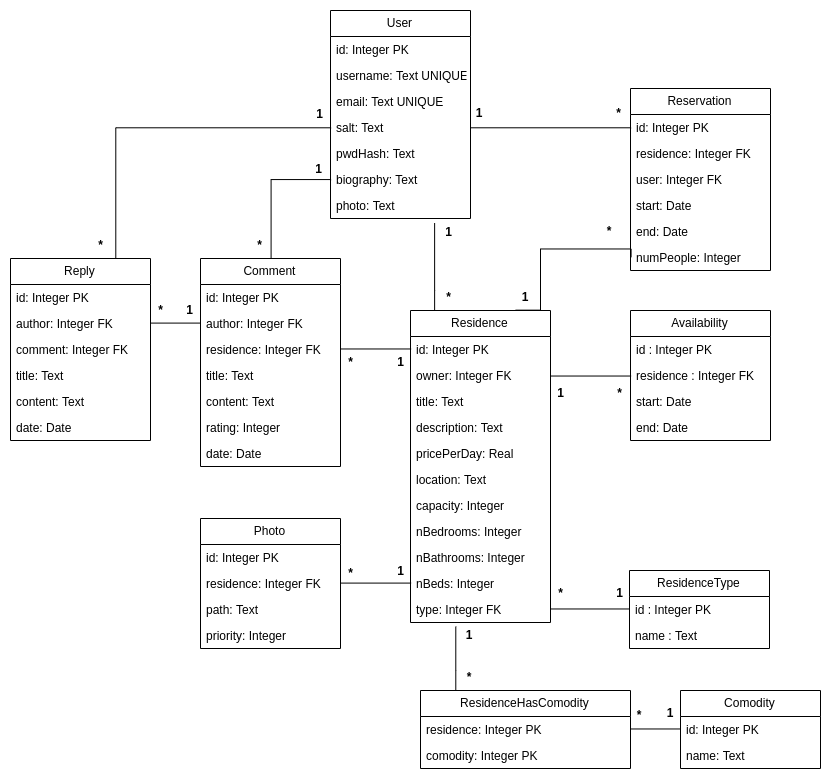
Before: docs/Paguri_db.png, a diagram exported from draw.io (daviddias99/paguri-feup-ltw). Source tidied: cells renumbered, new cells last; positions are measured from the earlier drawing's top-left corner, leaving out a move shared by most shapes.
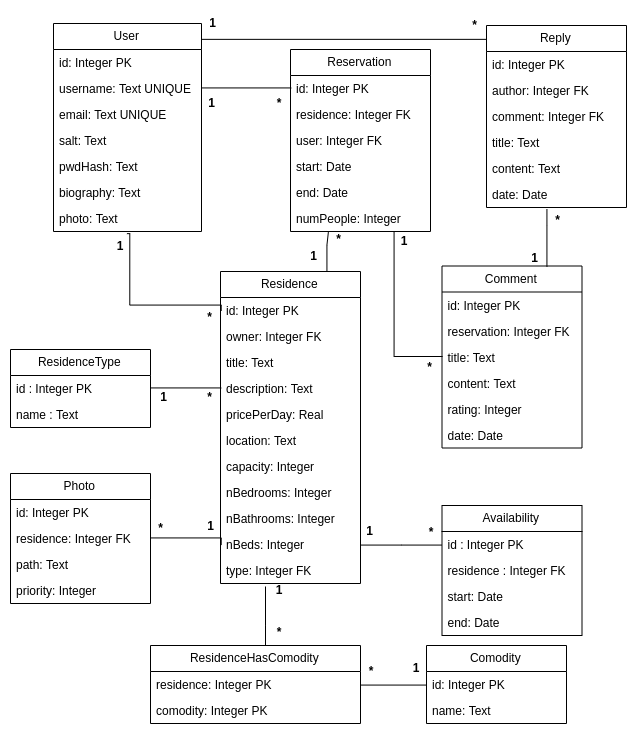
After the change.

Commit message:
Changed DB design to only allow comments from users with a reservation

The edit, as a diff of the source:
```diff
@@ -4,28 +4,31 @@
     <mxCell id="1" parent="0" />
+    <mxCell id="99" style="edgeStyle=orthogonalEdgeStyle;rounded=0;jettySize=auto;html=1;entryX=0;entryY=0.078;entryDx=0;entryDy=0;entryPerimeter=0;endArrow=none;endFill=0;exitX=1.002;exitY=0.077;exitDx=0;exitDy=0;exitPerimeter=0;" parent="1" edge="1" source="2" target="78">
+      <mxGeometry relative="1" as="geometry" />
+    </mxCell>
     <mxCell id="2" value="User" style="swimlane;fontStyle=0;horizontal=1;startSize=26;fillColor=none;" parent="1" vertex="1">
-      <mxGeometry x="320" width="140" height="208" as="geometry" />
+      <mxGeometry x="150" y="58" width="148" height="208" as="geometry" />
     </mxCell>
     <mxCell id="3" value="id: Integer PK" style="text;strokeColor=none;fillColor=none;align=left;verticalAlign=top;spacingLeft=4;spacingRight=4;overflow=hidden;" parent="2" vertex="1">
-      <mxGeometry y="26" width="140" height="26" as="geometry" />
+      <mxGeometry y="26" width="148" height="26" as="geometry" />
     </mxCell>
     <mxCell id="4" value="username: Text UNIQUE" style="text;strokeColor=none;fillColor=none;align=left;verticalAlign=top;spacingLeft=4;spacingRight=4;overflow=hidden;points=[[0,0.5],[1,0.5]];portConstraint=eastwest;" parent="2" vertex="1">
-      <mxGeometry y="52" width="140" height="26" as="geometry" />
+      <mxGeometry y="52" width="148" height="26" as="geometry" />
     </mxCell>
     <mxCell id="5" value="email: Text UNIQUE" style="text;strokeColor=none;fillColor=none;align=left;verticalAlign=top;spacingLeft=4;spacingRight=4;overflow=hidden;" parent="2" vertex="1">
-      <mxGeometry y="78" width="140" height="26" as="geometry" />
+      <mxGeometry y="78" width="148" height="26" as="geometry" />
     </mxCell>
     <mxCell id="6" value="salt: Text" style="text;strokeColor=none;fillColor=none;align=left;verticalAlign=top;spacingLeft=4;spacingRight=4;overflow=hidden;points=[[0,0.5],[1,0.5]];portConstraint=eastwest;" parent="2" vertex="1">
-      <mxGeometry y="104" width="140" height="26" as="geometry" />
+      <mxGeometry y="104" width="148" height="26" as="geometry" />
     </mxCell>
     <mxCell id="7" value="pwdHash: Text" style="text;strokeColor=none;fillColor=none;align=left;verticalAlign=top;spacingLeft=4;spacingRight=4;overflow=hidden;" parent="2" vertex="1">
-      <mxGeometry y="130" width="140" height="26" as="geometry" />
+      <mxGeometry y="130" width="148" height="26" as="geometry" />
     </mxCell>
     <mxCell id="8" value="biography: Text" style="text;strokeColor=none;fillColor=none;align=left;verticalAlign=top;spacingLeft=4;spacingRight=4;overflow=hidden;points=[[0,0.5],[1,0.5]];portConstraint=eastwest;" parent="2" vertex="1">
-      <mxGeometry y="156" width="140" height="26" as="geometry" />
+      <mxGeometry y="156" width="148" height="26" as="geometry" />
     </mxCell>
     <mxCell id="9" value="photo: Text" style="text;strokeColor=none;fillColor=none;align=left;verticalAlign=top;spacingLeft=4;spacingRight=4;overflow=hidden;points=[[0,0.5],[1,0.5]];portConstraint=eastwest;" parent="2" vertex="1">
-      <mxGeometry y="182" width="140" height="26" as="geometry" />
+      <mxGeometry y="182" width="148" height="26" as="geometry" />
     </mxCell>
     <mxCell id="10" value="Reservation" style="swimlane;fontStyle=0;horizontal=1;startSize=26;fillColor=none;" parent="1" vertex="1">
-      <mxGeometry x="620" y="78" width="140" height="182" as="geometry" />
+      <mxGeometry x="387" y="84" width="140" height="182" as="geometry" />
     </mxCell>
@@ -49,7 +52,6 @@
     </mxCell>
-    <mxCell id="17" style="edgeStyle=orthogonalEdgeStyle;rounded=0;jettySize=auto;html=1;entryX=0.743;entryY=1.156;entryDx=0;entryDy=0;entryPerimeter=0;endArrow=none;endFill=0;" parent="1" edge="1" source="18" target="9">
+    <mxCell id="17" style="edgeStyle=orthogonalEdgeStyle;rounded=0;jettySize=auto;html=1;entryX=0.496;entryY=1.077;entryDx=0;entryDy=0;entryPerimeter=0;endArrow=none;endFill=0;exitX=0;exitY=0.5;exitDx=0;exitDy=0;" parent="1" edge="1" source="19" target="9">
       <mxGeometry relative="1" as="geometry">
         <Array as="points">
-          <mxPoint x="424" y="280" />
-          <mxPoint x="424" y="280" />
+          <mxPoint x="227" y="339" />
         </Array>
@@ -57,4 +59,12 @@
     </mxCell>
+    <mxCell id="100" style="edgeStyle=orthogonalEdgeStyle;rounded=0;jettySize=auto;html=1;entryX=0.266;entryY=1.011;entryDx=0;entryDy=0;entryPerimeter=0;endArrow=none;endFill=0;" parent="1" edge="1" source="18" target="16">
+      <mxGeometry relative="1" as="geometry">
+        <Array as="points">
+          <mxPoint x="424" y="280" />
+          <mxPoint x="424" y="280" />
+        </Array>
+      </mxGeometry>
+    </mxCell>
     <mxCell id="18" value="Residence" style="swimlane;fontStyle=0;horizontal=1;startSize=26;fillColor=none;" parent="1" vertex="1">
-      <mxGeometry x="400" y="300" width="140" height="312" as="geometry" />
+      <mxGeometry x="317" y="306" width="140" height="312" as="geometry" />
     </mxCell>
@@ -94,3 +104,3 @@
     <mxCell id="30" value="Availability" style="swimlane;fontStyle=0;horizontal=1;startSize=26;fillColor=none;" parent="1" vertex="1">
-      <mxGeometry x="620" y="300" width="140" height="130" as="geometry" />
+      <mxGeometry x="538.5" y="540" width="140" height="130" as="geometry" />
     </mxCell>
@@ -108,7 +118,12 @@
     </mxCell>
-    <mxCell id="35" style="edgeStyle=orthogonalEdgeStyle;rounded=0;jettySize=auto;html=1;entryX=0;entryY=0.5;entryDx=0;entryDy=0;endArrow=none;endFill=0;" parent="1" edge="1" source="36" target="8">
-      <mxGeometry relative="1" as="geometry" />
-    </mxCell>
+    <mxCell id="101" style="edgeStyle=orthogonalEdgeStyle;rounded=0;jettySize=auto;html=1;exitX=0.75;exitY=0;exitDx=0;exitDy=0;entryX=0.436;entryY=1.077;entryDx=0;entryDy=0;entryPerimeter=0;endArrow=none;endFill=0;" parent="1" edge="1" source="36" target="84">
+      <mxGeometry relative="1" as="geometry">
+        <Array as="points">
+          <mxPoint x="644" y="260" />
+          <mxPoint x="644" y="260" />
+        </Array>
+      </mxGeometry>
+    </mxCell>
     <mxCell id="36" value="Comment" style="swimlane;fontStyle=0;horizontal=1;startSize=26;fillColor=none;" parent="1" vertex="1">
-      <mxGeometry x="190" y="248" width="140" height="208" as="geometry" />
+      <mxGeometry x="538.5" y="300.5" width="140" height="182" as="geometry" />
     </mxCell>
@@ -117,19 +132,16 @@
     </mxCell>
-    <mxCell id="38" value="author: Integer FK" style="text;strokeColor=none;fillColor=none;align=left;verticalAlign=top;spacingLeft=4;spacingRight=4;overflow=hidden;points=[[0,0.5],[1,0.5]];portConstraint=eastwest;" parent="36" vertex="1">
+    <mxCell id="38" value="reservation: Integer FK" style="text;strokeColor=none;fillColor=none;align=left;verticalAlign=top;spacingLeft=4;spacingRight=4;overflow=hidden;points=[[0,0.5],[1,0.5]];portConstraint=eastwest;" parent="36" vertex="1">
       <mxGeometry y="52" width="140" height="26" as="geometry" />
     </mxCell>
-    <mxCell id="39" value="residence: Integer FK" style="text;strokeColor=none;fillColor=none;align=left;verticalAlign=top;spacingLeft=4;spacingRight=4;overflow=hidden;points=[[0,0.5],[1,0.5]];portConstraint=eastwest;" parent="36" vertex="1">
-      <mxGeometry y="78" width="140" height="26" as="geometry" />
-    </mxCell>
     <mxCell id="40" value="title: Text" style="text;strokeColor=none;fillColor=none;align=left;verticalAlign=top;spacingLeft=4;spacingRight=4;overflow=hidden;points=[[0,0.5],[1,0.5]];portConstraint=eastwest;" parent="36" vertex="1">
-      <mxGeometry y="104" width="140" height="26" as="geometry" />
+      <mxGeometry y="78" width="140" height="26" as="geometry" />
     </mxCell>
     <mxCell id="41" value="content: Text" style="text;strokeColor=none;fillColor=none;align=left;verticalAlign=top;spacingLeft=4;spacingRight=4;overflow=hidden;" parent="36" vertex="1">
-      <mxGeometry y="130" width="140" height="26" as="geometry" />
+      <mxGeometry y="104" width="140" height="26" as="geometry" />
     </mxCell>
     <mxCell id="42" value="rating: Integer" style="text;strokeColor=none;fillColor=none;align=left;verticalAlign=top;spacingLeft=4;spacingRight=4;overflow=hidden;" parent="36" vertex="1">
-      <mxGeometry y="156" width="140" height="26" as="geometry" />
+      <mxGeometry y="130" width="140" height="26" as="geometry" />
     </mxCell>
     <mxCell id="43" value="date: Date" style="text;strokeColor=none;fillColor=none;align=left;verticalAlign=top;spacingLeft=4;spacingRight=4;overflow=hidden;" parent="36" vertex="1">
-      <mxGeometry y="182" width="140" height="26" as="geometry" />
+      <mxGeometry y="156" width="140" height="26" as="geometry" />
     </mxCell>
@@ -138,4 +150,4 @@
         <Array as="points">
-          <mxPoint x="400" y="573" />
-          <mxPoint x="400" y="573" />
+          <mxPoint x="317" y="573" />
+          <mxPoint x="317" y="573" />
         </Array>
@@ -144,3 +156,3 @@
     <mxCell id="45" value="Photo" style="swimlane;fontStyle=0;horizontal=1;startSize=26;fillColor=none;" parent="1" vertex="1">
-      <mxGeometry x="190" y="508" width="140" height="130" as="geometry" />
+      <mxGeometry x="107" y="508" width="140" height="130" as="geometry" />
     </mxCell>
@@ -159,3 +171,3 @@
     <mxCell id="50" value="Comodity" style="swimlane;fontStyle=0;horizontal=1;startSize=26;fillColor=none;" parent="1" vertex="1">
-      <mxGeometry x="670" y="680" width="140" height="78" as="geometry" />
+      <mxGeometry x="523" y="680" width="140" height="78" as="geometry" />
     </mxCell>
@@ -170,4 +182,4 @@
         <Array as="points">
-          <mxPoint x="445" y="660" />
-          <mxPoint x="445" y="660" />
+          <mxPoint x="362" y="660" />
+          <mxPoint x="362" y="660" />
         </Array>
@@ -176,3 +188,3 @@
     <mxCell id="54" value="ResidenceHasComodity" style="swimlane;fontStyle=0;horizontal=1;startSize=26;fillColor=none;" parent="1" vertex="1">
-      <mxGeometry x="410" y="680" width="210" height="78" as="geometry" />
+      <mxGeometry x="247" y="680" width="210" height="78" as="geometry" />
     </mxCell>
@@ -184,16 +196,2 @@
     </mxCell>
-    <mxCell id="57" style="edgeStyle=orthogonalEdgeStyle;rounded=0;jettySize=auto;html=1;exitX=0;exitY=0.5;exitDx=0;exitDy=0;entryX=0.75;entryY=0;entryDx=0;entryDy=0;endArrow=none;endFill=0;" parent="1" edge="1" source="16" target="18">
-      <mxGeometry relative="1" as="geometry">
-        <Array as="points">
-          <mxPoint x="530" y="239" />
-          <mxPoint x="530" y="300" />
-        </Array>
-      </mxGeometry>
-    </mxCell>
-    <mxCell id="58" style="edgeStyle=orthogonalEdgeStyle;rounded=0;jettySize=auto;html=1;exitX=1;exitY=0.5;exitDx=0;exitDy=0;entryX=0;entryY=0.5;entryDx=0;entryDy=0;endArrow=none;endFill=0;" parent="1" edge="1" source="39" target="19">
-      <mxGeometry relative="1" as="geometry" />
-    </mxCell>
-    <mxCell id="59" style="edgeStyle=orthogonalEdgeStyle;rounded=0;jettySize=auto;html=1;exitX=0;exitY=0.5;exitDx=0;exitDy=0;entryX=1;entryY=0.5;entryDx=0;entryDy=0;endArrow=none;endFill=0;" parent="1" edge="1" source="32" target="20">
-      <mxGeometry relative="1" as="geometry" />
-    </mxCell>
     <mxCell id="60" style="edgeStyle=orthogonalEdgeStyle;rounded=0;jettySize=auto;html=1;exitX=1;exitY=0.5;exitDx=0;exitDy=0;entryX=0;entryY=0.5;entryDx=0;entryDy=0;endArrow=none;endFill=0;" parent="1" edge="1" source="55" target="51">
@@ -202,54 +200,36 @@
     <mxCell id="61" value="1" style="text;align=center;fontStyle=1;verticalAlign=middle;spacingLeft=3;spacingRight=3;strokeColor=none;" parent="1" vertex="1">
-      <mxGeometry x="449" y="612" width="20" height="26" as="geometry" />
+      <mxGeometry x="366" y="612" width="20" height="26" as="geometry" />
     </mxCell>
     <mxCell id="62" value="*" style="text;align=center;fontStyle=1;verticalAlign=middle;spacingLeft=3;spacingRight=3;strokeColor=none;" parent="1" vertex="1">
-      <mxGeometry x="449" y="654" width="20" height="26" as="geometry" />
+      <mxGeometry x="366" y="654" width="20" height="26" as="geometry" />
     </mxCell>
     <mxCell id="63" value="*" style="text;align=center;fontStyle=1;verticalAlign=middle;spacingLeft=3;spacingRight=3;strokeColor=none;" parent="1" vertex="1">
-      <mxGeometry x="619" y="692" width="20" height="26" as="geometry" />
+      <mxGeometry x="458" y="693" width="20" height="26" as="geometry" />
     </mxCell>
     <mxCell id="64" value="1" style="text;align=center;fontStyle=1;verticalAlign=middle;spacingLeft=3;spacingRight=3;strokeColor=none;" parent="1" vertex="1">
-      <mxGeometry x="650" y="690" width="20" height="26" as="geometry" />
+      <mxGeometry x="503" y="690" width="20" height="26" as="geometry" />
     </mxCell>
     <mxCell id="65" value="*" style="text;align=center;fontStyle=1;verticalAlign=middle;spacingLeft=3;spacingRight=3;strokeColor=none;" parent="1" vertex="1">
-      <mxGeometry x="330" y="550" width="21" height="26" as="geometry" />
+      <mxGeometry x="247" y="550" width="21" height="26" as="geometry" />
     </mxCell>
     <mxCell id="66" value="1" style="text;align=center;fontStyle=1;verticalAlign=middle;spacingLeft=3;spacingRight=3;strokeColor=none;" parent="1" vertex="1">
-      <mxGeometry x="380.5" y="548" width="20" height="26" as="geometry" />
+      <mxGeometry x="297.5" y="548" width="20" height="26" as="geometry" />
     </mxCell>
-    <mxCell id="67" value="*" style="text;align=center;fontStyle=1;verticalAlign=middle;spacingLeft=3;spacingRight=3;strokeColor=none;" parent="1" vertex="1">
-      <mxGeometry x="330" y="339" width="21" height="26" as="geometry" />
-    </mxCell>
-    <mxCell id="68" value="1" style="text;align=center;fontStyle=1;verticalAlign=middle;spacingLeft=3;spacingRight=3;strokeColor=none;" parent="1" vertex="1">
-      <mxGeometry x="380" y="339" width="21" height="26" as="geometry" />
-    </mxCell>
     <mxCell id="69" value="*" style="text;align=center;fontStyle=1;verticalAlign=middle;spacingLeft=3;spacingRight=3;strokeColor=none;" parent="1" vertex="1">
-      <mxGeometry x="599" y="370" width="21" height="26" as="geometry" />
+      <mxGeometry x="517.5" y="554" width="21" height="26" as="geometry" />
     </mxCell>
     <mxCell id="70" value="1" style="text;align=center;fontStyle=1;verticalAlign=middle;spacingLeft=3;spacingRight=3;strokeColor=none;" parent="1" vertex="1">
-      <mxGeometry x="540" y="370" width="21" height="26" as="geometry" />
+      <mxGeometry x="456" y="553" width="21" height="26" as="geometry" />
     </mxCell>
     <mxCell id="71" value="1" style="text;align=center;fontStyle=1;verticalAlign=middle;spacingLeft=3;spacingRight=3;strokeColor=none;" parent="1" vertex="1">
-      <mxGeometry x="504.5" y="274" width="21" height="26" as="geometry" />
+      <mxGeometry x="400" y="277.5" width="21" height="26" as="geometry" />
     </mxCell>
     <mxCell id="72" value="*" style="text;align=center;fontStyle=1;verticalAlign=middle;spacingLeft=3;spacingRight=3;strokeColor=none;" parent="1" vertex="1">
-      <mxGeometry x="588.5" y="208" width="21" height="26" as="geometry" />
+      <mxGeometry x="425" y="261" width="21" height="26" as="geometry" />
     </mxCell>
-    <mxCell id="73" value="*" style="text;align=center;fontStyle=1;verticalAlign=middle;spacingLeft=3;spacingRight=3;strokeColor=none;" parent="1" vertex="1">
-      <mxGeometry x="598" y="90" width="21" height="26" as="geometry" />
-    </mxCell>
     <mxCell id="74" value="1" style="text;align=center;fontStyle=1;verticalAlign=middle;spacingLeft=3;spacingRight=3;strokeColor=none;" parent="1" vertex="1">
-      <mxGeometry x="458.5" y="90" width="21" height="26" as="geometry" />
+      <mxGeometry x="298" y="125" width="21" height="26" as="geometry" />
     </mxCell>
-    <mxCell id="75" value="*" style="text;align=center;fontStyle=1;verticalAlign=middle;spacingLeft=3;spacingRight=3;strokeColor=none;" parent="1" vertex="1">
-      <mxGeometry x="239" y="222" width="21" height="26" as="geometry" />
-    </mxCell>
-    <mxCell id="76" value="1" style="text;align=center;fontStyle=1;verticalAlign=middle;spacingLeft=3;spacingRight=3;strokeColor=none;" parent="1" vertex="1">
-      <mxGeometry x="298" y="146" width="21" height="26" as="geometry" />
-    </mxCell>
-    <mxCell id="77" style="edgeStyle=orthogonalEdgeStyle;rounded=0;jettySize=auto;html=1;exitX=0.75;exitY=0;exitDx=0;exitDy=0;entryX=0;entryY=0.5;entryDx=0;entryDy=0;endArrow=none;endFill=0;" parent="1" edge="1" source="78" target="6">
-      <mxGeometry relative="1" as="geometry" />
-    </mxCell>
     <mxCell id="78" value="Reply" style="swimlane;fontStyle=0;horizontal=1;startSize=26;fillColor=none;" parent="1" vertex="1">
-      <mxGeometry y="248" width="140" height="182" as="geometry" />
+      <mxGeometry x="583" y="60" width="140" height="182" as="geometry" />
     </mxCell>
@@ -273,28 +253,10 @@
     </mxCell>
-    <mxCell id="85" style="edgeStyle=orthogonalEdgeStyle;rounded=0;jettySize=auto;html=1;exitX=1;exitY=0.5;exitDx=0;exitDy=0;entryX=0;entryY=0.5;entryDx=0;entryDy=0;endArrow=none;endFill=0;" parent="1" edge="1" source="80" target="38">
-      <mxGeometry relative="1" as="geometry" />
-    </mxCell>
     <mxCell id="86" value="*" style="text;align=center;fontStyle=1;verticalAlign=middle;spacingLeft=3;spacingRight=3;strokeColor=none;" parent="1" vertex="1">
-      <mxGeometry x="428" y="274" width="21" height="26" as="geometry" />
+      <mxGeometry x="296" y="339" width="21" height="26" as="geometry" />
     </mxCell>
     <mxCell id="87" value="1" style="text;align=center;fontStyle=1;verticalAlign=middle;spacingLeft=3;spacingRight=3;strokeColor=none;" parent="1" vertex="1">
-      <mxGeometry x="428" y="209" width="21" height="26" as="geometry" />
+      <mxGeometry x="206.5" y="268" width="21" height="26" as="geometry" />
     </mxCell>
-    <mxCell id="88" value="*" style="text;align=center;fontStyle=1;verticalAlign=middle;spacingLeft=3;spacingRight=3;strokeColor=none;" parent="1" vertex="1">
-      <mxGeometry x="140" y="287" width="21" height="26" as="geometry" />
-    </mxCell>
-    <mxCell id="89" value="1" style="text;align=center;fontStyle=1;verticalAlign=middle;spacingLeft=3;spacingRight=3;strokeColor=none;" parent="1" vertex="1">
-      <mxGeometry x="169" y="287" width="21" height="26" as="geometry" />
-    </mxCell>
-    <mxCell id="90" style="edgeStyle=orthogonalEdgeStyle;rounded=0;jettySize=auto;html=1;exitX=0;exitY=0.5;exitDx=0;exitDy=0;entryX=1;entryY=0.5;entryDx=0;entryDy=0;endArrow=none;endFill=0;" parent="1" edge="1" source="11" target="6">
-      <mxGeometry relative="1" as="geometry" />
-    </mxCell>
-    <mxCell id="91" value="1" style="text;align=center;fontStyle=1;verticalAlign=middle;spacingLeft=3;spacingRight=3;strokeColor=none;" parent="1" vertex="1">
-      <mxGeometry x="299" y="91" width="21" height="26" as="geometry" />
-    </mxCell>
-    <mxCell id="92" value="*" style="text;align=center;fontStyle=1;verticalAlign=middle;spacingLeft=3;spacingRight=3;strokeColor=none;" parent="1" vertex="1">
-      <mxGeometry x="80" y="222" width="21" height="26" as="geometry" />
-    </mxCell>
     <mxCell id="93" value="ResidenceType" style="swimlane;fontStyle=0;horizontal=1;startSize=26;fillColor=none;" parent="1" vertex="1">
-      <mxGeometry x="619" y="560" width="140" height="78" as="geometry" />
+      <mxGeometry x="107" y="384" width="140" height="78" as="geometry" />
     </mxCell>
@@ -306,3 +268,3 @@
     </mxCell>
-    <mxCell id="96" style="edgeStyle=orthogonalEdgeStyle;rounded=0;jettySize=auto;html=1;exitX=1;exitY=0.5;exitDx=0;exitDy=0;entryX=0;entryY=0.5;entryDx=0;entryDy=0;endArrow=none;endFill=0;" parent="1" edge="1" source="29" target="94">
+    <mxCell id="96" style="edgeStyle=orthogonalEdgeStyle;rounded=0;jettySize=auto;html=1;exitX=0;exitY=0.5;exitDx=0;exitDy=0;entryX=1;entryY=0.5;entryDx=0;entryDy=0;endArrow=none;endFill=0;" parent="1" edge="1" source="22" target="94">
       <mxGeometry relative="1" as="geometry" />
@@ -310,7 +272,37 @@
     <mxCell id="97" value="*" style="text;align=center;fontStyle=1;verticalAlign=middle;spacingLeft=3;spacingRight=3;strokeColor=none;" parent="1" vertex="1">
-      <mxGeometry x="540" y="570" width="21" height="26" as="geometry" />
+      <mxGeometry x="296" y="419" width="21" height="26" as="geometry" />
     </mxCell>
     <mxCell id="98" value="1" style="text;align=center;fontStyle=1;verticalAlign=middle;spacingLeft=3;spacingRight=3;strokeColor=none;" parent="1" vertex="1">
-      <mxGeometry x="599" y="570" width="21" height="26" as="geometry" />
+      <mxGeometry x="250" y="419" width="21" height="26" as="geometry" />
     </mxCell>
+    <mxCell id="102" style="edgeStyle=orthogonalEdgeStyle;rounded=0;jettySize=auto;html=1;exitX=0.736;exitY=1;exitDx=0;exitDy=0;entryX=0;entryY=0.5;entryDx=0;entryDy=0;endArrow=none;endFill=0;exitPerimeter=0;" parent="1" edge="1" source="16" target="40">
+      <mxGeometry relative="1" as="geometry" />
+    </mxCell>
+    <mxCell id="103" value="*" style="text;align=center;fontStyle=1;verticalAlign=middle;spacingLeft=3;spacingRight=3;strokeColor=none;" parent="1" vertex="1">
+      <mxGeometry x="516" y="388.5" width="21" height="26" as="geometry" />
+    </mxCell>
+    <mxCell id="104" value="1" style="text;align=center;fontStyle=1;verticalAlign=middle;spacingLeft=3;spacingRight=3;strokeColor=none;" parent="1" vertex="1">
+      <mxGeometry x="489.5" y="263" width="23" height="26" as="geometry" />
+    </mxCell>
+    <mxCell id="105" style="edgeStyle=orthogonalEdgeStyle;rounded=0;jettySize=auto;html=1;entryX=1;entryY=0.5;entryDx=0;entryDy=0;endArrow=none;endFill=0;" parent="1" edge="1" source="31" target="28">
+      <mxGeometry relative="1" as="geometry" />
+    </mxCell>
+    <mxCell id="106" style="edgeStyle=orthogonalEdgeStyle;rounded=0;jettySize=auto;html=1;exitX=1;exitY=0.5;exitDx=0;exitDy=0;endArrow=none;endFill=0;entryX=0;entryY=0.5;entryDx=0;entryDy=0;" parent="1" edge="1" source="4" target="11">
+      <mxGeometry relative="1" as="geometry" />
+    </mxCell>
+    <mxCell id="107" value="*" style="text;align=center;fontStyle=1;verticalAlign=middle;spacingLeft=3;spacingRight=3;strokeColor=none;" parent="1" vertex="1">
+      <mxGeometry x="365.5" y="125" width="21" height="26" as="geometry" />
+    </mxCell>
+    <mxCell id="108" value="1" style="text;align=center;fontStyle=1;verticalAlign=middle;spacingLeft=3;spacingRight=3;strokeColor=none;" parent="1" vertex="1">
+      <mxGeometry x="620" y="280" width="23" height="26" as="geometry" />
+    </mxCell>
+    <mxCell id="109" value="*" style="text;align=center;fontStyle=1;verticalAlign=middle;spacingLeft=3;spacingRight=3;strokeColor=none;" parent="1" vertex="1">
+      <mxGeometry x="643" y="242" width="23" height="26" as="geometry" />
+    </mxCell>
+    <mxCell id="110" value="1" style="text;align=center;fontStyle=1;verticalAlign=middle;spacingLeft=3;spacingRight=3;strokeColor=none;" parent="1" vertex="1">
+      <mxGeometry x="298" y="45" width="23" height="26" as="geometry" />
+    </mxCell>
+    <mxCell id="111" value="*" style="text;align=center;fontStyle=1;verticalAlign=middle;spacingLeft=3;spacingRight=3;strokeColor=none;" parent="1" vertex="1">
+      <mxGeometry x="560" y="47" width="23" height="26" as="geometry" />
+    </mxCell>
   </root>
```
